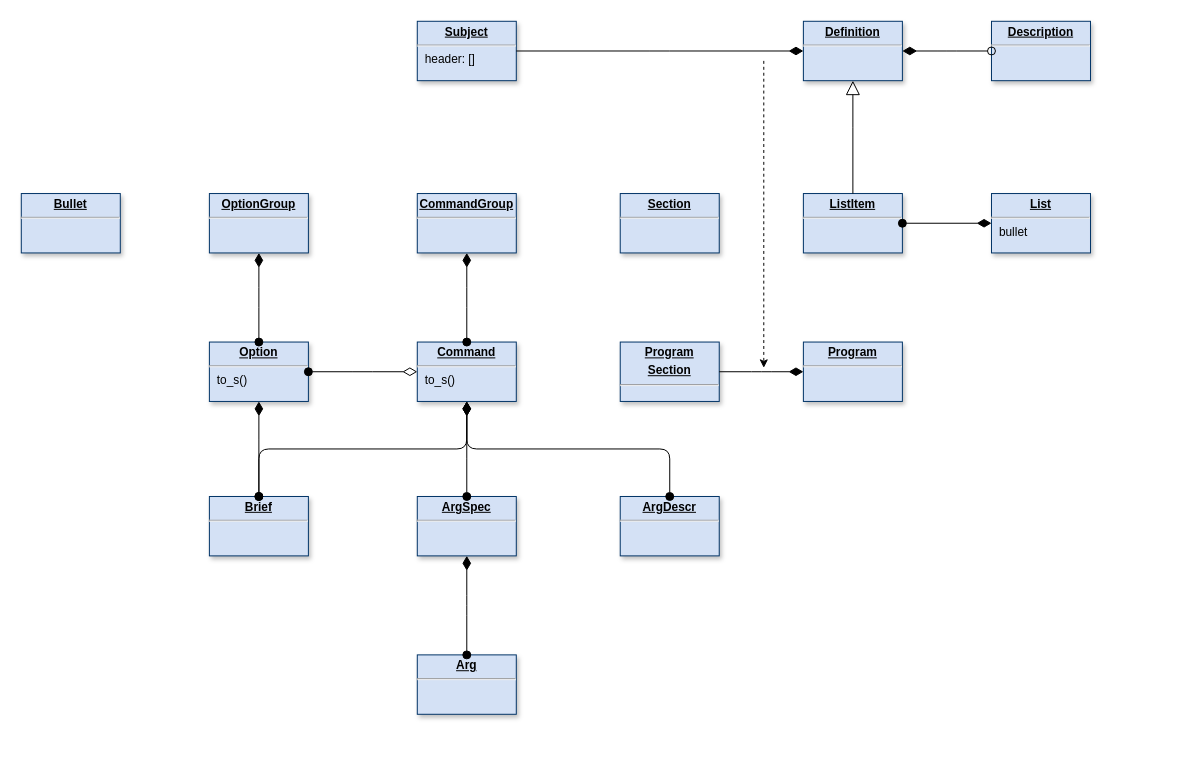
Before: page "Page-6" (6 of 6) of doc/diagram.drawio in clrgit/shellopts, a draw.io diagram. Source tidied: cells renumbered, new cells numbered last; positions are measured from the earlier drawing's top-left corner, leaving out a move shared by most shapes. Both pictures are drawn from the tidied source at 99%, with x=0, y=0 at pixel (21, 21).
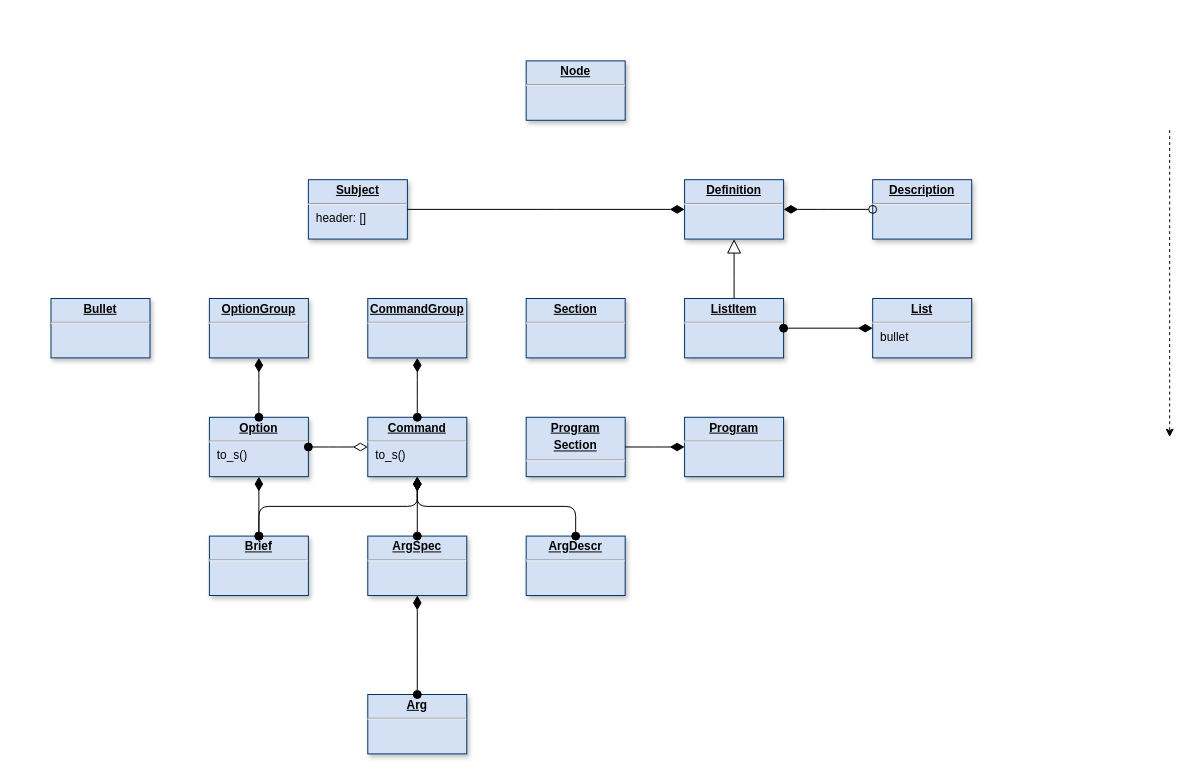
The same diagram, later.

Diff of the diagram source:
```diff
@@
     <mxCell id="2" value="&lt;p style=&quot;margin: 0px ; margin-top: 4px ; text-align: center ; text-decoration: underline&quot;&gt;&lt;b&gt;Definition&lt;/b&gt;&lt;/p&gt;&lt;hr&gt;&lt;p style=&quot;margin: 0px ; margin-left: 8px&quot;&gt;&lt;br&gt;&lt;/p&gt;" style="verticalAlign=top;align=left;overflow=fill;fontSize=12;fontFamily=Helvetica;html=1;shadow=1;strokeColor=#003366;fillColor=#D4E1F5;" parent="1" vertex="1">
-      <mxGeometry x="790" width="100" height="60" as="geometry" />
+      <mxGeometry x="670" y="160" width="100" height="60" as="geometry" />
     </mxCell>
     <mxCell id="3" value="&lt;p style=&quot;margin: 0px ; margin-top: 4px ; text-align: center ; text-decoration: underline&quot;&gt;&lt;b&gt;Subject&lt;/b&gt;&lt;/p&gt;&lt;hr&gt;&lt;p style=&quot;margin: 0px ; margin-left: 8px&quot;&gt;header: []&lt;/p&gt;" style="verticalAlign=top;align=left;overflow=fill;fontSize=12;fontFamily=Helvetica;html=1;shadow=1;strokeColor=#003366;fillColor=#D4E1F5;" parent="1" vertex="1">
-      <mxGeometry x="400" width="100" height="60" as="geometry" />
+      <mxGeometry x="290" y="160" width="100" height="60" as="geometry" />
     </mxCell>
     <mxCell id="4" value="&lt;p style=&quot;margin: 0px ; margin-top: 4px ; text-align: center ; text-decoration: underline&quot;&gt;&lt;b&gt;Description&lt;/b&gt;&lt;/p&gt;&lt;hr&gt;&lt;p style=&quot;margin: 0px ; margin-left: 8px&quot;&gt;&lt;br&gt;&lt;/p&gt;" style="verticalAlign=top;align=left;overflow=fill;fontSize=12;fontFamily=Helvetica;html=1;shadow=1;strokeColor=#003366;fillColor=#D4E1F5;" parent="1" vertex="1">
-      <mxGeometry x="980" width="100" height="60" as="geometry" />
+      <mxGeometry x="860" y="160" width="100" height="60" as="geometry" />
     </mxCell>
     <mxCell id="5" value="&lt;p style=&quot;margin: 0px ; margin-top: 4px ; text-align: center ; text-decoration: underline&quot;&gt;&lt;b&gt;OptionGroup&lt;/b&gt;&lt;/p&gt;&lt;hr&gt;&lt;p style=&quot;margin: 0px ; margin-left: 8px&quot;&gt;&lt;br&gt;&lt;/p&gt;" style="verticalAlign=top;align=left;overflow=fill;fontSize=12;fontFamily=Helvetica;html=1;shadow=1;strokeColor=#003366;fillColor=#D4E1F5;" parent="1" vertex="1">
-      <mxGeometry x="190" y="174" width="100" height="60" as="geometry" />
+      <mxGeometry x="190" y="280" width="100" height="60" as="geometry" />
     </mxCell>
     <mxCell id="6" value="&lt;p style=&quot;margin: 0px ; margin-top: 4px ; text-align: center ; text-decoration: underline&quot;&gt;&lt;b&gt;CommandGroup&lt;/b&gt;&lt;/p&gt;&lt;hr&gt;&lt;p style=&quot;margin: 0px ; margin-left: 8px&quot;&gt;&lt;br&gt;&lt;/p&gt;" style="verticalAlign=top;align=left;overflow=fill;fontSize=12;fontFamily=Helvetica;html=1;shadow=1;strokeColor=#003366;fillColor=#D4E1F5;" parent="1" vertex="1">
-      <mxGeometry x="400" y="174" width="100" height="60" as="geometry" />
+      <mxGeometry x="350" y="280" width="100" height="60" as="geometry" />
     </mxCell>
     <mxCell id="7" value="&lt;p style=&quot;margin: 0px ; margin-top: 4px ; text-align: center ; text-decoration: underline&quot;&gt;&lt;b&gt;Section&lt;/b&gt;&lt;/p&gt;&lt;hr&gt;&lt;p style=&quot;margin: 0px ; margin-left: 8px&quot;&gt;&lt;br&gt;&lt;/p&gt;" style="verticalAlign=top;align=left;overflow=fill;fontSize=12;fontFamily=Helvetica;html=1;shadow=1;strokeColor=#003366;fillColor=#D4E1F5;" parent="1" vertex="1">
-      <mxGeometry x="605" y="174" width="100" height="60" as="geometry" />
+      <mxGeometry x="510" y="280" width="100" height="60" as="geometry" />
     </mxCell>
     <mxCell id="8" value="&lt;p style=&quot;margin: 0px ; margin-top: 4px ; text-align: center ; text-decoration: underline&quot;&gt;&lt;b&gt;List&lt;/b&gt;&lt;/p&gt;&lt;hr&gt;&lt;p style=&quot;margin: 0px ; margin-left: 8px&quot;&gt;bullet&lt;/p&gt;" style="verticalAlign=top;align=left;overflow=fill;fontSize=12;fontFamily=Helvetica;html=1;shadow=1;strokeColor=#003366;fillColor=#D4E1F5;" parent="1" vertex="1">
-      <mxGeometry x="980" y="174" width="100" height="60" as="geometry" />
+      <mxGeometry x="860" y="280" width="100" height="60" as="geometry" />
     </mxCell>
@@
     <mxCell id="11" value="&lt;p style=&quot;margin: 0px ; margin-top: 4px ; text-align: center ; text-decoration: underline&quot;&gt;&lt;b&gt;Option&lt;/b&gt;&lt;/p&gt;&lt;hr&gt;&lt;p style=&quot;margin: 0px ; margin-left: 8px&quot;&gt;to_s()&lt;/p&gt;" style="verticalAlign=top;align=left;overflow=fill;fontSize=12;fontFamily=Helvetica;html=1;shadow=1;strokeColor=#003366;fillColor=#D4E1F5;" parent="1" vertex="1">
-      <mxGeometry x="190" y="324" width="100" height="60" as="geometry" />
+      <mxGeometry x="190" y="400" width="100" height="60" as="geometry" />
     </mxCell>
     <mxCell id="12" value="&lt;p style=&quot;margin: 0px ; margin-top: 4px ; text-align: center ; text-decoration: underline&quot;&gt;&lt;b&gt;Command&lt;/b&gt;&lt;/p&gt;&lt;hr&gt;&lt;p style=&quot;margin: 0px ; margin-left: 8px&quot;&gt;to_s()&lt;/p&gt;" style="verticalAlign=top;align=left;overflow=fill;fontSize=12;fontFamily=Helvetica;html=1;shadow=1;strokeColor=#003366;fillColor=#D4E1F5;" parent="1" vertex="1">
-      <mxGeometry x="400" y="324" width="100" height="60" as="geometry" />
+      <mxGeometry x="350" y="400" width="100" height="60" as="geometry" />
     </mxCell>
@@
     <mxCell id="16" value="&lt;p style=&quot;margin: 0px ; margin-top: 4px ; text-align: center ; text-decoration: underline&quot;&gt;&lt;b&gt;Brief&lt;/b&gt;&lt;/p&gt;&lt;hr&gt;&lt;p style=&quot;margin: 0px ; margin-left: 8px&quot;&gt;&lt;br&gt;&lt;/p&gt;" style="verticalAlign=top;align=left;overflow=fill;fontSize=12;fontFamily=Helvetica;html=1;shadow=1;strokeColor=#003366;fillColor=#D4E1F5;" parent="1" vertex="1">
-      <mxGeometry x="190" y="480" width="100" height="60" as="geometry" />
+      <mxGeometry x="190" y="520" width="100" height="60" as="geometry" />
     </mxCell>
     <mxCell id="17" value="&lt;p style=&quot;margin: 0px ; margin-top: 4px ; text-align: center ; text-decoration: underline&quot;&gt;&lt;b&gt;ArgSpec&lt;/b&gt;&lt;/p&gt;&lt;hr&gt;&lt;p style=&quot;margin: 0px ; margin-left: 8px&quot;&gt;&lt;br&gt;&lt;/p&gt;" style="verticalAlign=top;align=left;overflow=fill;fontSize=12;fontFamily=Helvetica;html=1;shadow=1;strokeColor=#003366;fillColor=#D4E1F5;" parent="1" vertex="1">
-      <mxGeometry x="400" y="480" width="100" height="60" as="geometry" />
+      <mxGeometry x="350" y="520" width="100" height="60" as="geometry" />
     </mxCell>
     <mxCell id="18" value="&lt;p style=&quot;margin: 0px ; margin-top: 4px ; text-align: center ; text-decoration: underline&quot;&gt;&lt;b&gt;ArgDescr&lt;/b&gt;&lt;/p&gt;&lt;hr&gt;&lt;p style=&quot;margin: 0px ; margin-left: 8px&quot;&gt;&lt;br&gt;&lt;/p&gt;" style="verticalAlign=top;align=left;overflow=fill;fontSize=12;fontFamily=Helvetica;html=1;shadow=1;strokeColor=#003366;fillColor=#D4E1F5;" parent="1" vertex="1">
-      <mxGeometry x="605" y="480" width="100" height="60" as="geometry" />
+      <mxGeometry x="510" y="520" width="100" height="60" as="geometry" />
     </mxCell>
     <mxCell id="19" value="&lt;p style=&quot;margin: 0px ; margin-top: 4px ; text-align: center ; text-decoration: underline&quot;&gt;&lt;b&gt;Arg&lt;/b&gt;&lt;/p&gt;&lt;hr&gt;&lt;p style=&quot;margin: 0px ; margin-left: 8px&quot;&gt;&lt;br&gt;&lt;/p&gt;" style="verticalAlign=top;align=left;overflow=fill;fontSize=12;fontFamily=Helvetica;html=1;shadow=1;strokeColor=#003366;fillColor=#D4E1F5;" parent="1" vertex="1">
-      <mxGeometry x="400" y="640" width="100" height="60" as="geometry" />
+      <mxGeometry x="350" y="680" width="100" height="60" as="geometry" />
     </mxCell>
@@
     <mxCell id="25" value="&lt;p style=&quot;margin: 0px ; margin-top: 4px ; text-align: center ; text-decoration: underline&quot;&gt;&lt;b&gt;Program&lt;/b&gt;&lt;/p&gt;&lt;p style=&quot;margin: 0px ; margin-top: 4px ; text-align: center ; text-decoration: underline&quot;&gt;&lt;b&gt;Section&lt;/b&gt;&lt;/p&gt;&lt;hr&gt;&lt;p style=&quot;margin: 0px ; margin-left: 8px&quot;&gt;&lt;br&gt;&lt;/p&gt;" style="verticalAlign=top;align=left;overflow=fill;fontSize=12;fontFamily=Helvetica;html=1;shadow=1;strokeColor=#003366;fillColor=#D4E1F5;" parent="1" vertex="1">
-      <mxGeometry x="605" y="324" width="100" height="60" as="geometry" />
+      <mxGeometry x="510" y="400" width="100" height="60" as="geometry" />
     </mxCell>
     <mxCell id="26" value="&lt;p style=&quot;margin: 0px ; margin-top: 4px ; text-align: center ; text-decoration: underline&quot;&gt;&lt;b&gt;Program&lt;/b&gt;&lt;/p&gt;&lt;hr&gt;&lt;p style=&quot;margin: 0px ; margin-left: 8px&quot;&gt;&lt;br&gt;&lt;/p&gt;" style="verticalAlign=top;align=left;overflow=fill;fontSize=12;fontFamily=Helvetica;html=1;shadow=1;strokeColor=#003366;fillColor=#D4E1F5;" parent="1" vertex="1">
-      <mxGeometry x="790" y="324" width="100" height="60" as="geometry" />
+      <mxGeometry x="670" y="400" width="100" height="60" as="geometry" />
     </mxCell>
@@
     <mxCell id="28" style="endArrow=classic;html=1;dashed=1;" parent="1" edge="1">
       <mxGeometry relative="1" as="geometry">
-        <mxPoint x="750" y="40" as="sourcePoint" />
-        <mxPoint x="750" y="350" as="targetPoint" />
+        <mxPoint x="1160" y="110" as="sourcePoint" />
+        <mxPoint x="1160" y="420" as="targetPoint" />
       </mxGeometry>
     </mxCell>
     <mxCell id="29" value="&lt;p style=&quot;margin: 0px ; margin-top: 4px ; text-align: center ; text-decoration: underline&quot;&gt;&lt;b&gt;ListItem&lt;/b&gt;&lt;/p&gt;&lt;hr&gt;&lt;p style=&quot;margin: 0px ; margin-left: 8px&quot;&gt;&lt;br&gt;&lt;/p&gt;" style="verticalAlign=top;align=left;overflow=fill;fontSize=12;fontFamily=Helvetica;html=1;shadow=1;strokeColor=#003366;fillColor=#D4E1F5;" parent="1" vertex="1">
-      <mxGeometry x="790" y="174" width="100" height="60" as="geometry" />
+      <mxGeometry x="670" y="280" width="100" height="60" as="geometry" />
     </mxCell>
     <mxCell id="30" style="endArrow=diamondThin;endFill=1;endSize=12;html=1;edgeStyle=elbowEdgeStyle;labelBackgroundColor=#FFFFFF;startSize=8;startArrow=oval;startFill=1;elbow=vertical;" parent="1" edge="1" source="29" target="8">
       <mxGeometry relative="1" as="geometry">
         <Array as="points">
-          <mxPoint x="1070" y="210" />
+          <mxPoint x="950" y="316" />
         </Array>
       </mxGeometry>
     </mxCell>
@@
     <mxCell id="32" value="&lt;p style=&quot;margin: 0px ; margin-top: 4px ; text-align: center ; text-decoration: underline&quot;&gt;&lt;b&gt;Bullet&lt;/b&gt;&lt;/p&gt;&lt;hr&gt;&lt;p style=&quot;margin: 0px ; margin-left: 8px&quot;&gt;&lt;br&gt;&lt;/p&gt;" style="verticalAlign=top;align=left;overflow=fill;fontSize=12;fontFamily=Helvetica;html=1;shadow=1;strokeColor=#003366;fillColor=#D4E1F5;" parent="1" vertex="1">
-      <mxGeometry y="174" width="100" height="60" as="geometry" />
+      <mxGeometry x="30" y="280" width="100" height="60" as="geometry" />
     </mxCell>
+    <mxCell id="33" value="&lt;p style=&quot;margin: 0px ; margin-top: 4px ; text-align: center ; text-decoration: underline&quot;&gt;&lt;b&gt;Node&lt;/b&gt;&lt;/p&gt;&lt;hr&gt;&lt;p style=&quot;margin: 0px ; margin-left: 8px&quot;&gt;&lt;br&gt;&lt;/p&gt;" style="verticalAlign=top;align=left;overflow=fill;fontSize=12;fontFamily=Helvetica;html=1;shadow=1;strokeColor=#003366;fillColor=#D4E1F5;" parent="1" vertex="1">
+      <mxGeometry x="510" y="40" width="100" height="60" as="geometry" />
+    </mxCell>
```
